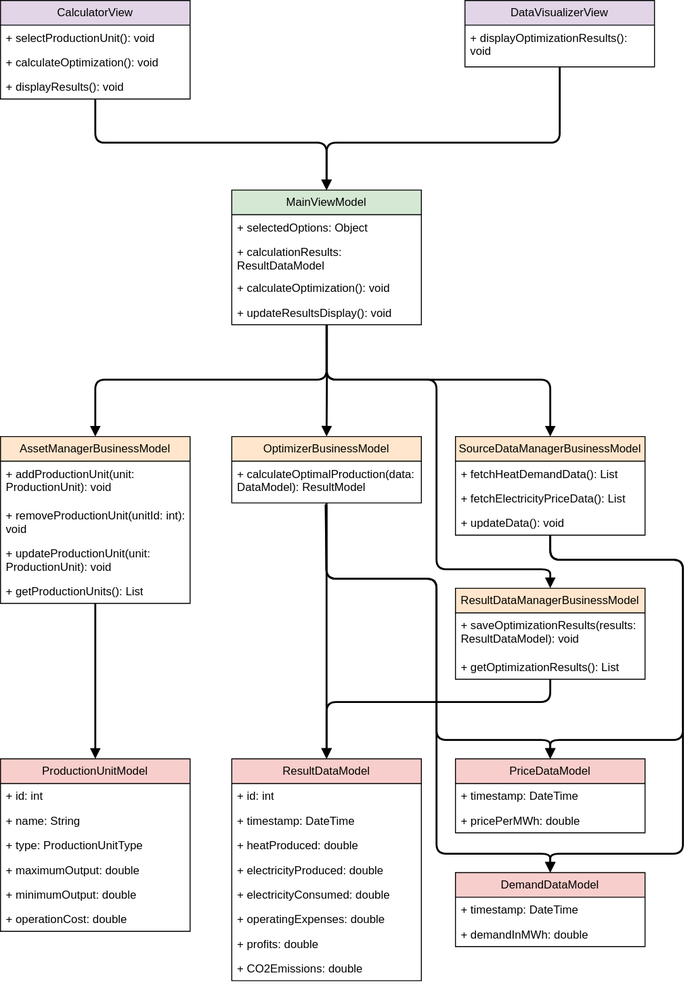
SP-SDU/ProfHeat keeps this draw.io diagram as docs/Hand-ins/UML_class_diagram.svg. Above is the earlier version. Source tidied: cells renumbered, new cells last; positions are measured from the earlier drawing's top-left corner, leaving out a move shared by most shapes.
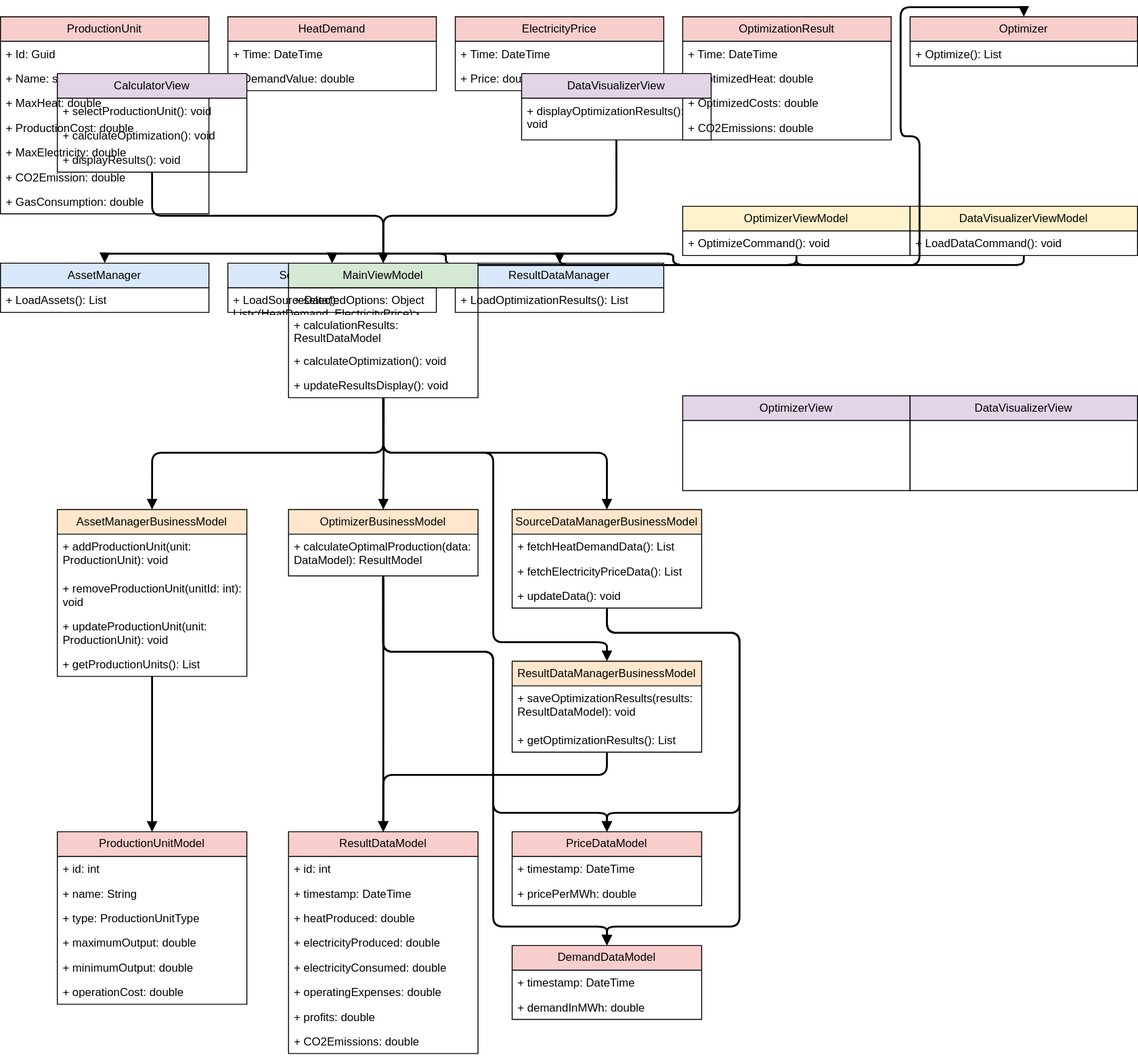
The same diagram one commit later.

Diff of the diagram source:
```diff
@@ -2,6 +2,120 @@
   <root>
     <mxCell id="0" />
     <mxCell id="1" parent="0" />
+    <mxCell id="62" value="ProductionUnit" style="swimlane;fontStyle=0;horizontal=1;startSize=26;fillColor=#f8cecc;whiteSpace=wrap;html=1;" parent="1" vertex="1">
+      <mxGeometry x="-60" y="-60" width="220" height="208" as="geometry" />
+    </mxCell>
+    <mxCell id="63" value="+ Id: Guid" style="text;strokeColor=none;fillColor=none;align=left;verticalAlign=top;spacingLeft=4;spacingRight=4;overflow=hidden;whiteSpace=wrap;html=1;" parent="62" vertex="1">
+      <mxGeometry y="26" width="220" height="26" as="geometry" />
+    </mxCell>
+    <mxCell id="64" value="+ Name: string" style="text;strokeColor=none;fillColor=none;align=left;verticalAlign=top;spacingLeft=4;spacingRight=4;overflow=hidden;whiteSpace=wrap;html=1;" parent="62" vertex="1">
+      <mxGeometry y="52" width="220" height="26" as="geometry" />
+    </mxCell>
+    <mxCell id="65" value="+ MaxHeat: double" style="text;strokeColor=none;fillColor=none;align=left;verticalAlign=top;spacingLeft=4;spacingRight=4;overflow=hidden;whiteSpace=wrap;html=1;" parent="62" vertex="1">
+      <mxGeometry y="78" width="220" height="26" as="geometry" />
+    </mxCell>
+    <mxCell id="66" value="+ ProductionCost: double" style="text;strokeColor=none;fillColor=none;align=left;verticalAlign=top;spacingLeft=4;spacingRight=4;overflow=hidden;whiteSpace=wrap;html=1;" parent="62" vertex="1">
+      <mxGeometry y="104" width="220" height="26" as="geometry" />
+    </mxCell>
+    <mxCell id="67" value="+ MaxElectricity: double" style="text;strokeColor=none;fillColor=none;align=left;verticalAlign=top;spacingLeft=4;spacingRight=4;overflow=hidden;whiteSpace=wrap;html=1;" parent="62" vertex="1">
+      <mxGeometry y="130" width="220" height="26" as="geometry" />
+    </mxCell>
+    <mxCell id="68" value="+ CO2Emission: double" style="text;strokeColor=none;fillColor=none;align=left;verticalAlign=top;spacingLeft=4;spacingRight=4;overflow=hidden;whiteSpace=wrap;html=1;" parent="62" vertex="1">
+      <mxGeometry y="156" width="220" height="26" as="geometry" />
+    </mxCell>
+    <mxCell id="69" value="+ GasConsumption: double" style="text;strokeColor=none;fillColor=none;align=left;verticalAlign=top;spacingLeft=4;spacingRight=4;overflow=hidden;whiteSpace=wrap;html=1;" parent="62" vertex="1">
+      <mxGeometry y="182" width="220" height="26" as="geometry" />
+    </mxCell>
+    <mxCell id="70" value="HeatDemand" style="swimlane;fontStyle=0;horizontal=1;startSize=26;fillColor=#f8cecc;whiteSpace=wrap;html=1;" parent="1" vertex="1">
+      <mxGeometry x="180" y="-60" width="220" height="78" as="geometry" />
+    </mxCell>
+    <mxCell id="71" value="+ Time: DateTime" style="text;strokeColor=none;fillColor=none;align=left;verticalAlign=top;spacingLeft=4;spacingRight=4;overflow=hidden;whiteSpace=wrap;html=1;" parent="70" vertex="1">
+      <mxGeometry y="26" width="220" height="26" as="geometry" />
+    </mxCell>
+    <mxCell id="72" value="+ DemandValue: double" style="text;strokeColor=none;fillColor=none;align=left;verticalAlign=top;spacingLeft=4;spacingRight=4;overflow=hidden;whiteSpace=wrap;html=1;" parent="70" vertex="1">
+      <mxGeometry y="52" width="220" height="26" as="geometry" />
+    </mxCell>
+    <mxCell id="73" value="ElectricityPrice" style="swimlane;fontStyle=0;horizontal=1;startSize=26;fillColor=#f8cecc;whiteSpace=wrap;html=1;" parent="1" vertex="1">
+      <mxGeometry x="420" y="-60" width="220" height="78" as="geometry" />
+    </mxCell>
+    <mxCell id="74" value="+ Time: DateTime" style="text;strokeColor=none;fillColor=none;align=left;verticalAlign=top;spacingLeft=4;spacingRight=4;overflow=hidden;whiteSpace=wrap;html=1;" parent="73" vertex="1">
+      <mxGeometry y="26" width="220" height="26" as="geometry" />
+    </mxCell>
+    <mxCell id="75" value="+ Price: double" style="text;strokeColor=none;fillColor=none;align=left;verticalAlign=top;spacingLeft=4;spacingRight=4;overflow=hidden;whiteSpace=wrap;html=1;" parent="73" vertex="1">
+      <mxGeometry y="52" width="220" height="26" as="geometry" />
+    </mxCell>
+    <mxCell id="76" value="OptimizationResult" style="swimlane;fontStyle=0;horizontal=1;startSize=26;fillColor=#f8cecc;whiteSpace=wrap;html=1;" parent="1" vertex="1">
+      <mxGeometry x="660" y="-60" width="220" height="130" as="geometry" />
+    </mxCell>
+    <mxCell id="77" value="+ Time: DateTime" style="text;strokeColor=none;fillColor=none;align=left;verticalAlign=top;spacingLeft=4;spacingRight=4;overflow=hidden;whiteSpace=wrap;html=1;" parent="76" vertex="1">
+      <mxGeometry y="26" width="220" height="26" as="geometry" />
+    </mxCell>
+    <mxCell id="78" value="+ OptimizedHeat: double" style="text;strokeColor=none;fillColor=none;align=left;verticalAlign=top;spacingLeft=4;spacingRight=4;overflow=hidden;whiteSpace=wrap;html=1;" parent="76" vertex="1">
+      <mxGeometry y="52" width="220" height="26" as="geometry" />
+    </mxCell>
+    <mxCell id="79" value="+ OptimizedCosts: double" style="text;strokeColor=none;fillColor=none;align=left;verticalAlign;top;spacingLeft=4;spacingRight=4;overflow=hidden;whiteSpace=wrap;html=1;" parent="76" vertex="1">
+      <mxGeometry y="78" width="220" height="26" as="geometry" />
+    </mxCell>
+    <mxCell id="80" value="+ CO2Emissions: double" style="text;strokeColor=none;fillColor=none;align=left;verticalAlign=top;spacingLeft=4;spacingRight=4;overflow=hidden;whiteSpace=wrap;html=1;" parent="76" vertex="1">
+      <mxGeometry y="104" width="220" height="26" as="geometry" />
+    </mxCell>
+    <mxCell id="81" value="Optimizer" style="swimlane;fontStyle=0;horizontal=1;startSize=26;fillColor=#f8cecc;whiteSpace=wrap;html=1;" parent="1" vertex="1">
+      <mxGeometry x="900" y="-60" width="240" height="52" as="geometry" />
+    </mxCell>
+    <mxCell id="82" value="+ Optimize(): List&lt;OptimizationResult&gt;" style="text;strokeColor=none;fillColor=none;align=left;verticalAlign=top;spacingLeft=4;spacingRight=4;overflow=hidden;whiteSpace=wrap;html=1;" parent="81" vertex="1">
+      <mxGeometry y="26" width="240" height="26" as="geometry" />
+    </mxCell>
+    <mxCell id="83" value="AssetManager" style="swimlane;fontStyle=0;horizontal=1;startSize=26;fillColor=#dae8fc;whiteSpace=wrap;html=1;" parent="1" vertex="1">
+      <mxGeometry x="-60" y="200" width="220" height="52" as="geometry" />
+    </mxCell>
+    <mxCell id="84" value="+ LoadAssets(): List&lt;ProductionUnit&gt;" style="text;strokeColor=none;fillColor=none;align=left;verticalAlign=top;spacingLeft=4;spacingRight=4;overflow=hidden;whiteSpace=wrap;html=1;" parent="83" vertex="1">
+      <mxGeometry y="26" width="220" height="26" as="geometry" />
+    </mxCell>
+    <mxCell id="85" value="SourceDataManager" style="swimlane;fontStyle=0;horizontal=1;startSize=26;fillColor=#dae8fc;whiteSpace=wrap;html=1;" parent="1" vertex="1">
+      <mxGeometry x="180" y="200" width="220" height="52" as="geometry" />
+    </mxCell>
+    <mxCell id="86" value="+ LoadSourceData(): List&lt;(HeatDemand, ElectricityPrice)&gt;" style="text;strokeColor=none;fillColor=none;align=left;verticalAlign=top;spacingLeft=4;spacingRight=4;overflow=hidden;whiteSpace=wrap;html=1;" parent="85" vertex="1">
+      <mxGeometry y="26" width="220" height="26" as="geometry" />
+    </mxCell>
+    <mxCell id="87" value="ResultDataManager" style="swimlane;fontStyle=0;horizontal=1;startSize=26;fillColor=#dae8fc;whiteSpace=wrap;html=1;" parent="1" vertex="1">
+      <mxGeometry x="420" y="200" width="220" height="52" as="geometry" />
+    </mxCell>
+    <mxCell id="88" value="+ LoadOptimizationResults(): List&lt;OptimizationResult&gt;" style="text;strokeColor=none;fillColor=none;align=left;verticalAlign=top;spacingLeft=4;spacingRight=4;overflow=hidden;whiteSpace=wrap;html=1;" parent="87" vertex="1">
+      <mxGeometry y="26" width="220" height="26" as="geometry" />
+    </mxCell>
+    <mxCell id="89" value="OptimizerViewModel" style="swimlane;fontStyle=0;horizontal=1;startSize=26;fillColor=#fff2cc;whiteSpace=wrap;html=1;" parent="1" vertex="1">
+      <mxGeometry x="660" y="140" width="240" height="52" as="geometry" />
+    </mxCell>
+    <mxCell id="90" value="+ OptimizeCommand(): void" style="text;strokeColor=none;fillColor=none;align=left;verticalAlign=top;spacingLeft=4;spacingRight=4;overflow=hidden;whiteSpace=wrap;html=1;" parent="89" vertex="1">
+      <mxGeometry y="26" width="240" height="26" as="geometry" />
+    </mxCell>
+    <mxCell id="91" value="DataVisualizerViewModel" style="swimlane;fontStyle=0;horizontal=1;startSize=26;fillColor=#fff2cc;whiteSpace=wrap;html=1;" parent="1" vertex="1">
+      <mxGeometry x="900" y="140" width="240" height="52" as="geometry" />
+    </mxCell>
+    <mxCell id="92" value="+ LoadDataCommand(): void" style="text;strokeColor=none;fillColor=none;align=left;verticalAlign=top;spacingLeft=4;spacingRight=4;overflow=hidden;whiteSpace=wrap;html=1;" parent="91" vertex="1">
+      <mxGeometry y="26" width="240" height="26" as="geometry" />
+    </mxCell>
+    <mxCell id="93" value="OptimizerView" style="swimlane;fontStyle=0;horizontal=1;startSize=26;fillColor=#e1d5e7;whiteSpace=wrap;html=1;" parent="1" vertex="1">
+      <mxGeometry x="660" y="340" width="240" height="100" as="geometry" />
+    </mxCell>
+    <mxCell id="94" value="DataVisualizerView" style="swimlane;fontStyle=0;horizontal=1;startSize=26;fillColor=#e1d5e7;whiteSpace=wrap;html=1;" parent="1" vertex="1">
+      <mxGeometry x="900" y="340" width="240" height="100" as="geometry" />
+    </mxCell>
+    <mxCell id="95" style="edgeStyle=orthogonalEdgeStyle;rounded=1;exitX=0.5;exitY=1;exitDx=0;exitDy=0;entryX=0.5;entryY=0;entryDx=0;entryDy=0;endArrow=block;endFill=1;html=1;strokeWidth=2;strokeColor=#000000;" parent="1" edge="1" source="89" target="83">
+      <mxGeometry relative="1" as="geometry" />
+    </mxCell>
+    <mxCell id="96" style="edgeStyle=orthogonalEdgeStyle;rounded=1;exitX=0.5;exitY=1;exitDx=0;exitDy=0;entryX=0.5;entryY=0;entryDx=0;entryDy=0;endArrow=block;endFill=1;html=1;strokeWidth=2;strokeColor=#000000;" parent="1" edge="1" source="89" target="85">
+      <mxGeometry relative="1" as="geometry" />
+    </mxCell>
+    <mxCell id="97" style="edgeStyle=orthogonalEdgeStyle;rounded=1;exitX=0.5;exitY=1;exitDx=0;exitDy=0;entryX=0.5;entryY=0;entryDx=0;entryDy=0;endArrow=block;endFill=1;html=1;strokeWidth=2;strokeColor=#000000;" parent="1" edge="1" source="89" target="87">
+      <mxGeometry relative="1" as="geometry" />
+    </mxCell>
+    <mxCell id="98" style="edgeStyle=orthogonalEdgeStyle;rounded=1;exitX=0.5;exitY=1;exitDx=0;exitDy=0;entryX=0.5;entryY=0;entryDx=0;entryDy=0;endArrow=block;endFill=1;html=1;strokeWidth=2;strokeColor=#000000;" parent="1" edge="1" source="89" target="81">
+      <mxGeometry relative="1" as="geometry" />
+    </mxCell>
+    <mxCell id="99" style="edgeStyle=orthogonalEdgeStyle;rounded=1;exitX=0.5;exitY=1;exitDx=0;exitDy=0;entryX=0.5;entryY=0;entryDx=0;entryDy=0;endArrow=block;endFill=1;html=1;strokeWidth=2;strokeColor=#000000;" parent="1" edge="1" source="91" target="85">
+      <mxGeometry relative="1" as="geometry" />
+    </mxCell>
     <mxCell id="2" value="CalculatorView" style="swimlane;fontStyle=0;horizontal=1;startSize=26;fillColor=#e1d5e7;whiteSpace=wrap;html=1;" parent="1" vertex="1">
       <mxGeometry width="200" height="104" as="geometry" />
     </mxCell>
@@ -74,27 +188,27 @@
     <mxCell id="25" value="DemandDataModel" style="swimlane;fontStyle=0;horizontal=1;startSize=26;fillColor=#f8cecc;whiteSpace=wrap;html=1;" parent="1" vertex="1">
       <mxGeometry x="480" y="920" width="200" height="78" as="geometry" />
     </mxCell>
-    <mxCell id="26" value="+ timestamp: DateTime" style="text;strokeColor=none;fillColor=none;align=left;verticalAlign=top;spacingLeft=4;spacingRight=4;overflow=hidden;whiteSpace=wrap;html=1;" parent="25" vertex="1">
-      <mxGeometry y="26" width="200" height="26" as="geometry" />
-    </mxCell>
+    <mxCell id="100" value="+ timestamp: DateTime" style="text;strokeColor=none;fillColor=none;align=left;verticalAlign=top;spacingLeft=4;spacingRight=4;overflow=hidden;whiteSpace=wrap;html=1;" parent="25" vertex="1">
+      <mxGeometry y="26" width="200" height="26" as="geometry" />
+    </mxCell>
     <mxCell id="27" value="+ demandInMWh: double" style="text;strokeColor=none;fillColor=none;align=left;verticalAlign=top;spacingLeft=4;spacingRight=4;overflow=hidden;whiteSpace=wrap;html=1;" parent="25" vertex="1">
       <mxGeometry y="52" width="200" height="26" as="geometry" />
     </mxCell>
     <mxCell id="28" value="PriceDataModel" style="swimlane;fontStyle=0;horizontal=1;startSize=26;fillColor=#f8cecc;whiteSpace=wrap;html=1;" parent="1" vertex="1">
       <mxGeometry x="480" y="800" width="200" height="78" as="geometry" />
     </mxCell>
-    <mxCell id="29" value="+ timestamp: DateTime" style="text;strokeColor=none;fillColor=none;align=left;verticalAlign=top;spacingLeft=4;spacingRight=4;overflow=hidden;whiteSpace=wrap;html=1;" parent="28" vertex="1">
-      <mxGeometry y="26" width="200" height="26" as="geometry" />
-    </mxCell>
+    <mxCell id="101" value="+ timestamp: DateTime" style="text;strokeColor=none;fillColor=none;align=left;verticalAlign=top;spacingLeft=4;spacingRight=4;overflow=hidden;whiteSpace=wrap;html=1;" parent="28" vertex="1">
+      <mxGeometry y="26" width="200" height="26" as="geometry" />
+    </mxCell>
     <mxCell id="30" value="+ pricePerMWh: double" style="text;strokeColor=none;fillColor=none;align=left;verticalAlign=top;spacingLeft=4;spacingRight=4;overflow=hidden;whiteSpace=wrap;html=1;" parent="28" vertex="1">
       <mxGeometry y="52" width="200" height="26" as="geometry" />
     </mxCell>
     <mxCell id="31" value="ProductionUnitModel" style="swimlane;fontStyle=0;horizontal=1;startSize=26;fillColor=#f8cecc;whiteSpace=wrap;html=1;" parent="1" vertex="1">
       <mxGeometry y="800" width="200" height="182" as="geometry" />
     </mxCell>
-    <mxCell id="32" value="+ id: int" style="text;strokeColor=none;fillColor=none;align=left;verticalAlign=top;spacingLeft=4;spacingRight=4;overflow=hidden;whiteSpace=wrap;html=1;" parent="31" vertex="1">
-      <mxGeometry y="26" width="200" height="26" as="geometry" />
-    </mxCell>
+    <mxCell id="102" value="+ id: int" style="text;strokeColor=none;fillColor=none;align=left;verticalAlign=top;spacingLeft=4;spacingRight=4;overflow=hidden;whiteSpace=wrap;html=1;" parent="31" vertex="1">
+      <mxGeometry y="26" width="200" height="26" as="geometry" />
+    </mxCell>
     <mxCell id="33" value="+ name: String" style="text;strokeColor=none;fillColor=none;align=left;verticalAlign=top;spacingLeft=4;spacingRight=4;overflow=hidden;whiteSpace=wrap;html=1;" parent="31" vertex="1">
       <mxGeometry y="52" width="200" height="26" as="geometry" />
     </mxCell>
@@ -113,9 +227,9 @@
     <mxCell id="38" value="ResultDataModel" style="swimlane;fontStyle=0;horizontal=1;startSize=26;fillColor=#f8cecc;whiteSpace=wrap;html=1;" parent="1" vertex="1">
       <mxGeometry x="244" y="800" width="200" height="234" as="geometry" />
     </mxCell>
-    <mxCell id="39" value="+ id: int" style="text;strokeColor=none;fillColor=none;align=left;verticalAlign=top;spacingLeft=4;spacingRight=4;overflow=hidden;whiteSpace=wrap;html=1;" parent="38" vertex="1">
-      <mxGeometry y="26" width="200" height="26" as="geometry" />
-    </mxCell>
+    <mxCell id="103" value="+ id: int" style="text;strokeColor=none;fillColor=none;align=left;verticalAlign=top;spacingLeft=4;spacingRight=4;overflow=hidden;whiteSpace=wrap;html=1;" parent="38" vertex="1">
+      <mxGeometry y="26" width="200" height="26" as="geometry" />
+    </mxCell>
     <mxCell id="40" value="+ timestamp: DateTime" style="text;strokeColor=none;fillColor=none;align=left;verticalAlign=top;spacingLeft=4;spacingRight=4;overflow=hidden;whiteSpace=wrap;html=1;" parent="38" vertex="1">
       <mxGeometry y="52" width="200" height="26" as="geometry" />
     </mxCell>
@@ -237,15 +351,15 @@
         </Array>
       </mxGeometry>
     </mxCell>
-    <mxCell id="60" style="edgeStyle=orthogonalEdgeStyle;rounded=1;entryX=0.5;entryY=0;entryDx=0;entryDy=0;endArrow=block;endFill=1;html=1;strokeWidth=2;strokeColor=#000000;" parent="1" edge="1" target="6">
-      <mxGeometry relative="1" as="geometry">
-        <mxPoint x="590" y="70" as="sourcePoint" />
-        <Array as="points">
-          <mxPoint x="590" y="150" />
-          <mxPoint x="344" y="150" />
-        </Array>
-      </mxGeometry>
-    </mxCell>
+    <mxCell id="104" style="edgeStyle=orthogonalEdgeStyle;rounded=1;entryX=0.5;entryY=0;entryDx=0;entryDy=0;endArrow=block;endFill=1;html=1;strokeWidth=2;strokeColor=#000000;" parent="1" edge="1" target="6">
+      <mxGeometry relative="1" as="geometry">
+        <mxPoint x="590" y="70" as="sourcePoint" />
+        <Array as="points">
+          <mxPoint x="590" y="150" />
+          <mxPoint x="344" y="150" />
+        </Array>
+      </mxGeometry>
+    </mxCell>
     <mxCell id="61" style="edgeStyle=orthogonalEdgeStyle;rounded=1;exitX=0.502;exitY=1.031;exitDx=0;exitDy=0;entryX=0.5;entryY=0;entryDx=0;entryDy=0;endArrow=block;endFill=1;html=1;strokeWidth=2;strokeColor=#000000;exitPerimeter=0;" parent="1" edge="1" source="10" target="23">
       <mxGeometry relative="1" as="geometry" />
     </mxCell>
```
